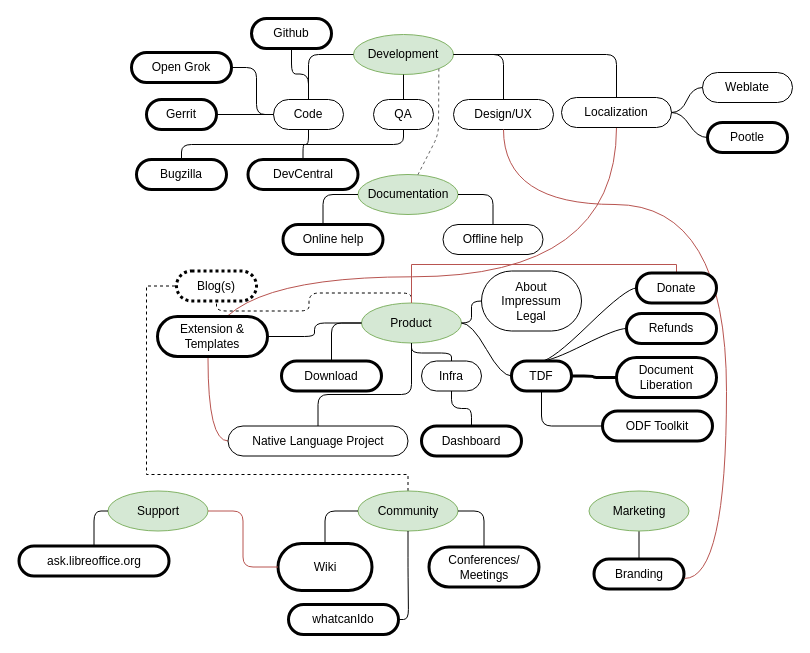
Above: LibreOffice-TDF_Website-Structure.drawio in HeikoTietze/libo_website (draw.io), before the change. Source tidied: cells renumbered, new cells numbered last; positions are measured from the earlier drawing's top-left corner, leaving out a move shared by most shapes. Both pictures are drawn from the tidied source at 100%, with x=0, y=0 at pixel (18, 18).
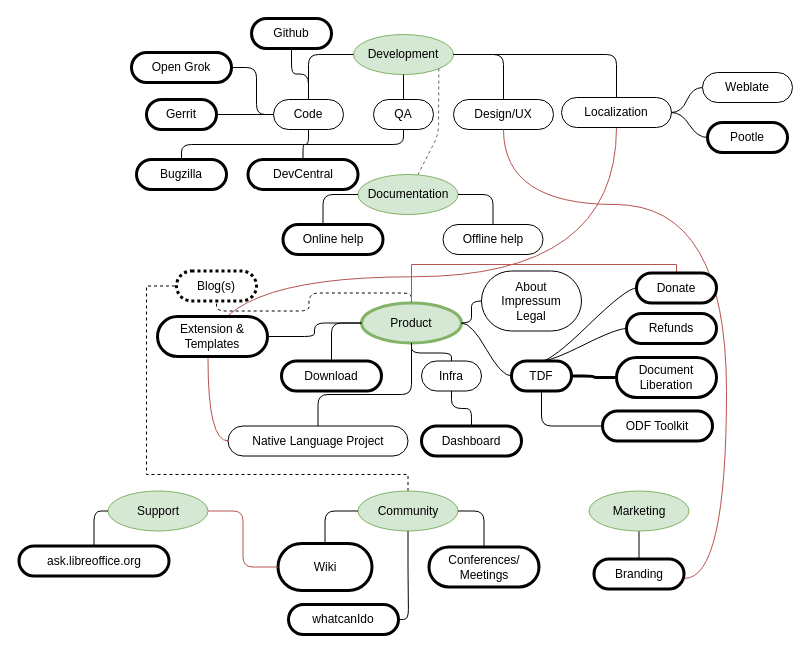
The same page after the edit.

Change to the diagram source:
```diff
@@
-    <mxCell id="14" value="Product" style="ellipse;whiteSpace=wrap;html=1;align=center;fillColor=#d5e8d4;strokeColor=#82b366;" parent="1" vertex="1">
+    <mxCell id="14" value="Product" style="ellipse;whiteSpace=wrap;html=1;align=center;fillColor=#d5e8d4;strokeColor=#82b366;strokeWidth=3;" parent="1" vertex="1">
       <mxGeometry x="343" y="284.5" width="100" height="40" as="geometry" />
     </mxCell>
```
